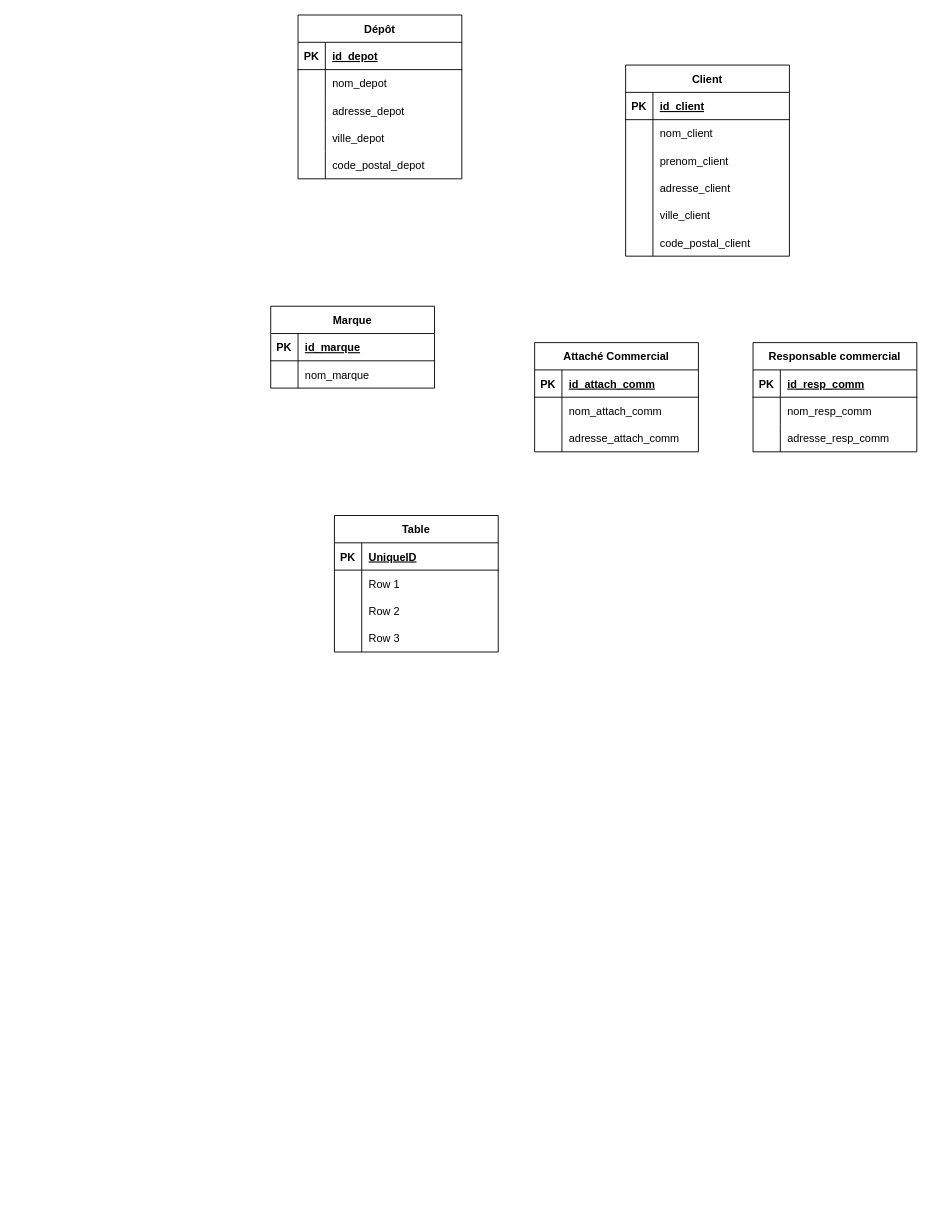
ThomasSanna/base-de-donnee-L3STI keeps this draw.io diagram as TD1/Exercice 6 Vente de vehicule/exo6-mcd.dio. Above is the earlier version. Source tidied: cells renumbered, new cells numbered last; positions are measured from the earlier drawing's top-left corner, leaving out a move shared by most shapes. Both pictures are drawn from the tidied source at 91%, with x=0, y=0 at pixel (270, 15).
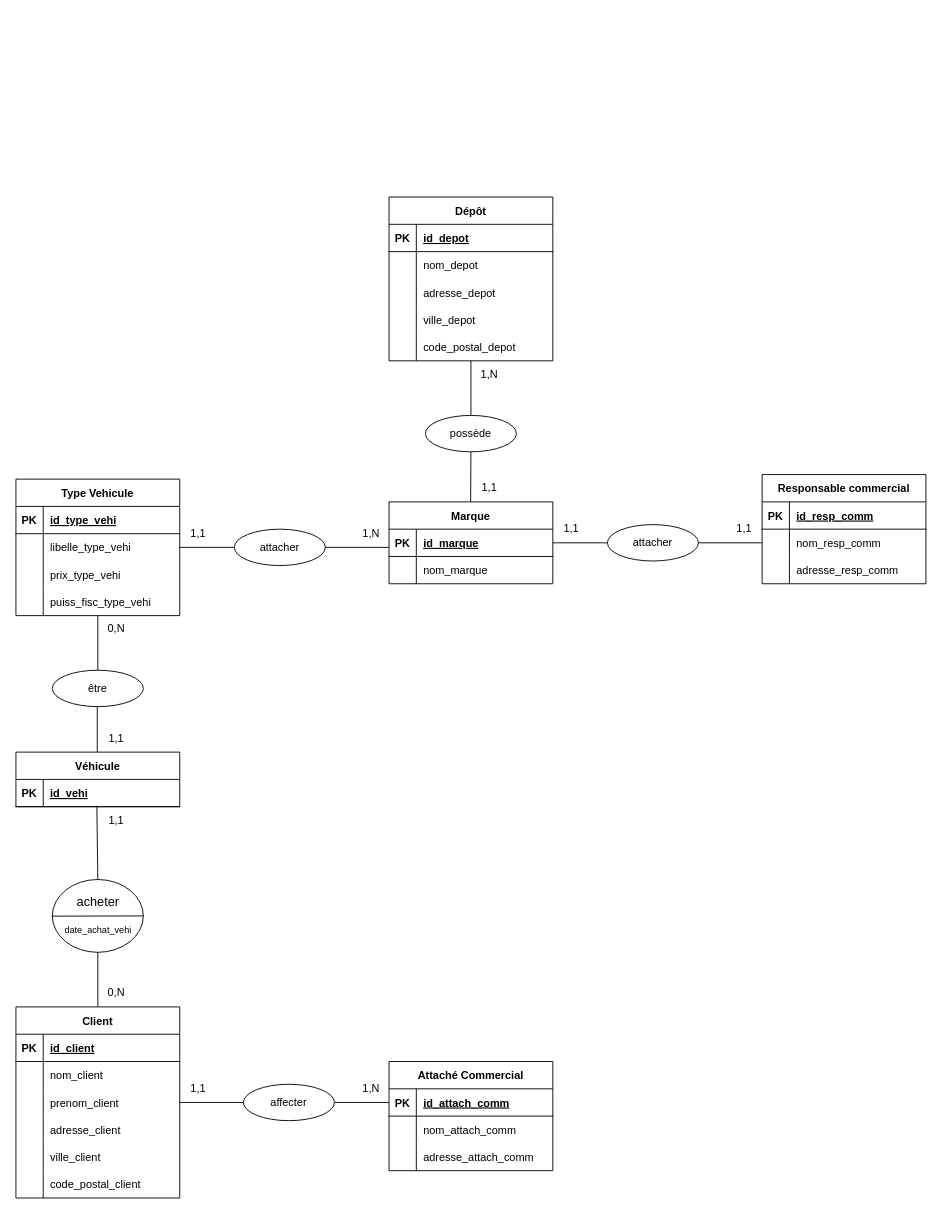
The same diagram, later.

The change refers to these unchanged cells:
```xml
<mxCell id="15" style="shape=tableRow;horizontal=0;startSize=0;swimlaneHead=0;swimlaneBody=0;fillColor=none;points=[[0,0.5],[1,0.5]];portConstraint=eastwest;top=0;left=0;right=0;bottom=0;" parent="2" vertex="1">
  <mxGeometry y="150" width="180" height="30" as="geometry" />
</mxCell>
<mxCell id="19" style="shape=tableRow;horizontal=0;startSize=0;swimlaneHead=0;swimlaneBody=0;fillColor=none;points=[[0,0.5],[1,0.5]];portConstraint=eastwest;top=0;left=0;right=0;bottom=1;" parent="18" vertex="1">
  <mxGeometry y="30" width="180" height="30" as="geometry" />
</mxCell>
<mxCell id="32" style="shape=tableRow;horizontal=0;startSize=0;swimlaneHead=0;swimlaneBody=0;fillColor=none;points=[[0,0.5],[1,0.5]];portConstraint=eastwest;top=0;left=0;right=0;bottom=0;" parent="25" vertex="1">
  <mxGeometry y="90" width="180" height="30" as="geometry" />
</mxCell>
<mxCell id="48" style="shape=tableRow;horizontal=0;startSize=0;swimlaneHead=0;swimlaneBody=0;fillColor=none;points=[[0,0.5],[1,0.5]];portConstraint=eastwest;top=0;left=0;right=0;bottom=0;" parent="44" vertex="1">
  <mxGeometry y="60" width="180" height="30" as="geometry" />
</mxCell>
<mxCell id="55" style="shape=tableRow;horizontal=0;startSize=0;swimlaneHead=0;swimlaneBody=0;fillColor=none;points=[[0,0.5],[1,0.5]];portConstraint=eastwest;top=0;left=0;right=0;bottom=1;" parent="54" vertex="1">
  <mxGeometry y="30" width="180" height="30" as="geometry" />
</mxCell>
<mxCell id="65" style="shape=tableRow;horizontal=0;startSize=0;swimlaneHead=0;swimlaneBody=0;fillColor=none;top=0;left=0;right=0;bottom=1;" parent="64" vertex="1">
  <mxGeometry y="30" width="180" height="30" as="geometry" />
</mxCell>
<mxCell id="68" style="shape=tableRow;horizontal=0;startSize=0;swimlaneHead=0;swimlaneBody=0;fillColor=none;top=0;left=0;right=0;bottom=0;" parent="64" vertex="1">
  <mxGeometry y="60" width="180" height="30" as="geometry" />
</mxCell>
<mxCell id="71" style="shape=tableRow;horizontal=0;startSize=0;swimlaneHead=0;swimlaneBody=0;fillColor=none;top=0;left=0;right=0;bottom=0;" parent="64" vertex="1">
  <mxGeometry y="90" width="180" height="30" as="geometry" />
</mxCell>
<mxCell id="74" style="shape=tableRow;horizontal=0;startSize=0;swimlaneHead=0;swimlaneBody=0;fillColor=none;top=0;left=0;right=0;bottom=0;" parent="64" vertex="1">
  <mxGeometry y="120" width="180" height="30" as="geometry" />
</mxCell>
```

The edit, as a diff of the source:
```diff
@@
-<mxGraphModel>
+<mxGraphModel background="#ffffff">
@@
     <mxCell id="2" value="Dépôt" style="shape=table;startSize=30;childLayout=tableLayout;rowLines=0;fontStyle=1;align=center;" parent="1" vertex="1">
-      <mxGeometry x="30" width="180" height="180" as="geometry" />
+      <mxGeometry x="130" y="200" width="180" height="180" as="geometry" />
     </mxCell>
@@
     <mxCell id="18" value="Marque" style="shape=table;startSize=30;childLayout=tableLayout;rowLines=0;fontStyle=1;align=center;" parent="1" vertex="1">
-      <mxGeometry y="320" width="180" height="90" as="geometry" />
+      <mxGeometry x="130" y="535" width="180" height="90" as="geometry" />
     </mxCell>
@@
     <mxCell id="25" value="Client" style="shape=table;startSize=30;childLayout=tableLayout;rowLines=0;fontStyle=1;align=center;" parent="1" vertex="1">
-      <mxGeometry x="390" y="55" width="180" height="210" as="geometry" />
+      <mxGeometry x="-280" y="1090" width="180" height="210" as="geometry" />
     </mxCell>
@@
     <mxCell id="44" value="Responsable commercial" style="shape=table;startSize=30;childLayout=tableLayout;rowLines=0;fontStyle=1;align=center;" parent="1" vertex="1">
-      <mxGeometry x="530" y="360" width="180" height="120" as="geometry" />
+      <mxGeometry x="540" y="505" width="180" height="120" as="geometry" />
     </mxCell>
@@
     <mxCell id="54" value="Attaché Commercial" style="shape=table;startSize=30;childLayout=tableLayout;rowLines=0;fontStyle=1;align=center;" parent="1" vertex="1">
-      <mxGeometry x="290" y="360" width="180" height="120" as="geometry" />
+      <mxGeometry x="130" y="1150" width="180" height="120" as="geometry" />
     </mxCell>
@@
-    <mxCell id="64" value="Table" style="shape=table;startSize=30;childLayout=tableLayout;rowLines=0;fontStyle=1;align=center;" parent="1" vertex="1">
-      <mxGeometry x="70" y="550" width="180" height="150" as="geometry" />
+    <mxCell id="64" value="Type Vehicule" style="shape=table;startSize=30;childLayout=tableLayout;rowLines=0;fontStyle=1;align=center;" parent="1" vertex="1">
+      <mxGeometry x="-280" y="510" width="180" height="150" as="geometry" />
     </mxCell>
@@
-    <mxCell id="67" value="UniqueID" style="shape=partialRectangle;fillColor=none;top=0;left=0;bottom=0;right=0;align=left;spacingLeft=6;fontStyle=5;overflow=hidden;" parent="65" vertex="1">
+    <mxCell id="67" value="id_type_vehi" style="shape=partialRectangle;fillColor=none;top=0;left=0;bottom=0;right=0;align=left;spacingLeft=6;fontStyle=5;overflow=hidden;" parent="65" vertex="1">
       <mxGeometry x="30" width="150" height="30" as="geometry" />
     </mxCell>
@@
-    <mxCell id="70" value="Row 1" style="shape=partialRectangle;fillColor=none;top=0;left=0;bottom=0;right=0;align=left;spacingLeft=6;overflow=hidden;" parent="68" vertex="1">
+    <mxCell id="70" value="libelle_type_vehi" style="shape=partialRectangle;fillColor=none;top=0;left=0;bottom=0;right=0;align=left;spacingLeft=6;overflow=hidden;" parent="68" vertex="1">
       <mxGeometry x="30" width="150" height="30" as="geometry" />
     </mxCell>
@@
-    <mxCell id="73" value="Row 2" style="shape=partialRectangle;fillColor=none;top=0;left=0;bottom=0;right=0;align=left;spacingLeft=6;overflow=hidden;" parent="71" vertex="1">
+    <mxCell id="73" value="prix_type_vehi" style="shape=partialRectangle;fillColor=none;top=0;left=0;bottom=0;right=0;align=left;spacingLeft=6;overflow=hidden;" parent="71" vertex="1">
       <mxGeometry x="30" width="150" height="30" as="geometry" />
     </mxCell>
@@
-    <mxCell id="76" value="Row 3" style="shape=partialRectangle;fillColor=none;top=0;left=0;bottom=0;right=0;align=left;spacingLeft=6;overflow=hidden;" parent="74" vertex="1">
+    <mxCell id="76" value="puiss_fisc_type_vehi" style="shape=partialRectangle;fillColor=none;top=0;left=0;bottom=0;right=0;align=left;spacingLeft=6;overflow=hidden;" parent="74" vertex="1">
       <mxGeometry x="30" width="150" height="30" as="geometry" />
     </mxCell>
+    <mxCell id="77" value="attacher" style="ellipse;whiteSpace=wrap;html=1;align=center;" parent="1" vertex="1">
+      <mxGeometry x="370" y="560" width="100" height="40" as="geometry" />
+    </mxCell>
+    <mxCell id="78" style="endArrow=none;html=1;rounded=0;exitX=1;exitY=0.5;exitDx=0;exitDy=0;" parent="1" edge="1" source="77" target="48">
+      <mxGeometry relative="1" as="geometry" />
+    </mxCell>
+    <mxCell id="79" style="endArrow=none;html=1;rounded=0;entryX=0;entryY=0.5;entryDx=0;entryDy=0;" parent="1" edge="1" source="19" target="77">
+      <mxGeometry relative="1" as="geometry" />
+    </mxCell>
+    <mxCell id="80" value="1,1" style="text;html=1;align=center;verticalAlign=middle;strokeColor=none;fillColor=none;" parent="1" vertex="1">
+      <mxGeometry x="310" y="550" width="40" height="30" as="geometry" />
+    </mxCell>
+    <mxCell id="81" value="1,1" style="text;html=1;align=center;verticalAlign=middle;strokeColor=none;fillColor=none;" parent="1" vertex="1">
+      <mxGeometry x="500" y="550" width="40" height="30" as="geometry" />
+    </mxCell>
+    <mxCell id="82" value="possède" style="ellipse;whiteSpace=wrap;html=1;align=center;" parent="1" vertex="1">
+      <mxGeometry x="170" y="440" width="100" height="40" as="geometry" />
+    </mxCell>
+    <mxCell id="83" style="endArrow=none;html=1;rounded=0;exitX=0.5;exitY=0;exitDx=0;exitDy=0;" parent="1" edge="1" source="82" target="15">
+      <mxGeometry relative="1" as="geometry" />
+    </mxCell>
+    <mxCell id="84" style="endArrow=none;html=1;rounded=0;exitX=0.5;exitY=0;exitDx=0;exitDy=0;" parent="1" edge="1">
+      <mxGeometry relative="1" as="geometry">
+        <mxPoint x="219.7" y="535" as="sourcePoint" />
+        <mxPoint x="220" y="480" as="targetPoint" />
+      </mxGeometry>
+    </mxCell>
+    <mxCell id="85" value="1,N" style="text;html=1;align=center;verticalAlign=middle;strokeColor=none;fillColor=none;" parent="1" vertex="1">
+      <mxGeometry x="220" y="380" width="40" height="30" as="geometry" />
+    </mxCell>
+    <mxCell id="86" value="1,1" style="text;html=1;align=center;verticalAlign=middle;strokeColor=none;fillColor=none;" parent="1" vertex="1">
+      <mxGeometry x="220" y="505" width="40" height="30" as="geometry" />
+    </mxCell>
+    <mxCell id="87" value="affecter" style="ellipse;whiteSpace=wrap;html=1;align=center;" parent="1" vertex="1">
+      <mxGeometry x="-30" y="1175" width="100" height="40" as="geometry" />
+    </mxCell>
+    <mxCell id="88" style="endArrow=none;html=1;rounded=0;exitX=1;exitY=0.5;exitDx=0;exitDy=0;" parent="1" edge="1" source="32" target="87">
+      <mxGeometry relative="1" as="geometry" />
+    </mxCell>
+    <mxCell id="89" style="endArrow=none;html=1;rounded=0;exitX=1;exitY=0.5;exitDx=0;exitDy=0;" parent="1" edge="1" source="87" target="55">
+      <mxGeometry relative="1" as="geometry" />
+    </mxCell>
+    <mxCell id="90" value="1,1" style="text;html=1;align=center;verticalAlign=middle;strokeColor=none;fillColor=none;" parent="1" vertex="1">
+      <mxGeometry x="-100" y="1165" width="40" height="30" as="geometry" />
+    </mxCell>
+    <mxCell id="91" value="1,N" style="text;html=1;align=center;verticalAlign=middle;strokeColor=none;fillColor=none;" parent="1" vertex="1">
+      <mxGeometry x="90" y="1165" width="40" height="30" as="geometry" />
+    </mxCell>
+    <mxCell id="92" value="attacher" style="ellipse;whiteSpace=wrap;html=1;align=center;" parent="1" vertex="1">
+      <mxGeometry x="-40" y="565" width="100" height="40" as="geometry" />
+    </mxCell>
+    <mxCell id="93" style="endArrow=none;html=1;rounded=0;exitX=1;exitY=0.5;exitDx=0;exitDy=0;" parent="1" edge="1" source="92">
+      <mxGeometry relative="1" as="geometry">
+        <mxPoint x="130" y="585" as="targetPoint" />
+      </mxGeometry>
+    </mxCell>
+    <mxCell id="94" style="endArrow=none;html=1;rounded=0;entryX=0;entryY=0.5;entryDx=0;entryDy=0;" parent="1" edge="1" target="92">
+      <mxGeometry relative="1" as="geometry">
+        <mxPoint x="-100" y="585" as="sourcePoint" />
+      </mxGeometry>
+    </mxCell>
+    <mxCell id="95" value="1,1" style="text;html=1;align=center;verticalAlign=middle;strokeColor=none;fillColor=none;" parent="1" vertex="1">
+      <mxGeometry x="-100" y="555" width="40" height="30" as="geometry" />
+    </mxCell>
+    <mxCell id="96" value="1,N" style="text;html=1;align=center;verticalAlign=middle;strokeColor=none;fillColor=none;" parent="1" vertex="1">
+      <mxGeometry x="90" y="555" width="40" height="30" as="geometry" />
+    </mxCell>
+    <mxCell id="97" style="ellipse;whiteSpace=wrap;html=1;align=center;" parent="1" vertex="1">
+      <mxGeometry x="-240" y="950" width="100" height="80" as="geometry" />
+    </mxCell>
+    <mxCell id="98" style="endArrow=none;html=1;rounded=0;exitX=0.5;exitY=0;exitDx=0;exitDy=0;entryX=0.494;entryY=0.963;entryDx=0;entryDy=0;entryPerimeter=0;" parent="1" edge="1" source="97" target="103">
+      <mxGeometry relative="1" as="geometry" />
+    </mxCell>
+    <mxCell id="99" style="endArrow=none;html=1;rounded=0;exitX=0.5;exitY=0;exitDx=0;exitDy=0;" parent="1" edge="1" source="25">
+      <mxGeometry relative="1" as="geometry">
+        <mxPoint x="-190" y="1030" as="targetPoint" />
+      </mxGeometry>
+    </mxCell>
+    <mxCell id="100" value="1,1" style="text;html=1;align=center;verticalAlign=middle;strokeColor=none;fillColor=none;" parent="1" vertex="1">
+      <mxGeometry x="-190" y="870" width="40" height="30" as="geometry" />
+    </mxCell>
+    <mxCell id="101" value="0,N" style="text;html=1;align=center;verticalAlign=middle;strokeColor=none;fillColor=none;" parent="1" vertex="1">
+      <mxGeometry x="-190" y="1060" width="40" height="30" as="geometry" />
+    </mxCell>
+    <mxCell id="102" value="Véhicule" style="shape=table;startSize=30;childLayout=tableLayout;rowLines=0;fontStyle=1;align=center;" parent="1" vertex="1">
+      <mxGeometry x="-280" y="810" width="180" height="60" as="geometry" />
+    </mxCell>
+    <mxCell id="103" style="shape=tableRow;horizontal=0;startSize=0;swimlaneHead=0;swimlaneBody=0;fillColor=none;points=[[0,0.5],[1,0.5]];portConstraint=eastwest;top=0;left=0;right=0;bottom=1;" parent="102" vertex="1">
+      <mxGeometry y="30" width="180" height="30" as="geometry" />
+    </mxCell>
+    <mxCell id="104" value="PK" style="shape=partialRectangle;fillColor=none;top=0;left=0;bottom=0;right=0;fontStyle=1;overflow=hidden;" parent="103" vertex="1">
+      <mxGeometry width="30" height="30" as="geometry" />
+    </mxCell>
+    <mxCell id="105" value="id_vehi" style="shape=partialRectangle;fillColor=none;top=0;left=0;bottom=0;right=0;align=left;spacingLeft=6;fontStyle=5;overflow=hidden;" parent="103" vertex="1">
+      <mxGeometry x="30" width="150" height="30" as="geometry" />
+    </mxCell>
+    <mxCell id="106" value="être" style="ellipse;whiteSpace=wrap;html=1;align=center;" parent="1" vertex="1">
+      <mxGeometry x="-240" y="720" width="100" height="40" as="geometry" />
+    </mxCell>
+    <mxCell id="107" style="endArrow=none;html=1;rounded=0;exitX=0.5;exitY=0;exitDx=0;exitDy=0;" parent="1" edge="1" source="106">
+      <mxGeometry relative="1" as="geometry">
+        <mxPoint x="-190" y="660" as="targetPoint" />
+      </mxGeometry>
+    </mxCell>
+    <mxCell id="108" style="endArrow=none;html=1;rounded=0;" parent="1" edge="1">
+      <mxGeometry relative="1" as="geometry">
+        <mxPoint x="-190.6" y="810" as="sourcePoint" />
+        <mxPoint x="-190.6" y="760" as="targetPoint" />
+      </mxGeometry>
+    </mxCell>
+    <mxCell id="109" value="0,N" style="text;html=1;align=center;verticalAlign=middle;strokeColor=none;fillColor=none;" parent="1" vertex="1">
+      <mxGeometry x="-190" y="660" width="40" height="30" as="geometry" />
+    </mxCell>
+    <mxCell id="110" value="1,1" style="text;html=1;align=center;verticalAlign=middle;strokeColor=none;fillColor=none;" parent="1" vertex="1">
+      <mxGeometry x="-190" y="780" width="40" height="30" as="geometry" />
+    </mxCell>
+    <mxCell id="111" value="date_achat_vehi" style="text;html=1;align=center;verticalAlign=middle;points=[];strokeColor=none;fillColor=none;fontSize=10;" parent="1" vertex="1">
+      <mxGeometry x="-240" y="990" width="100" height="30" as="geometry" />
+    </mxCell>
+    <mxCell id="112" style="endArrow=none;html=1;rounded=0;fontSize=10;exitX=-0.005;exitY=0.009;exitDx=0;exitDy=0;exitPerimeter=0;" parent="1" edge="1" source="111">
+      <mxGeometry relative="1" as="geometry">
+        <mxPoint x="-140" y="990" as="targetPoint" />
+      </mxGeometry>
+    </mxCell>
+    <mxCell id="113" value="acheter" style="text;html=1;align=center;verticalAlign=middle;strokeColor=none;fillColor=none;fontSize=14;" parent="1" vertex="1">
+      <mxGeometry x="-225" y="960" width="70" height="30" as="geometry" />
+    </mxCell>
```
